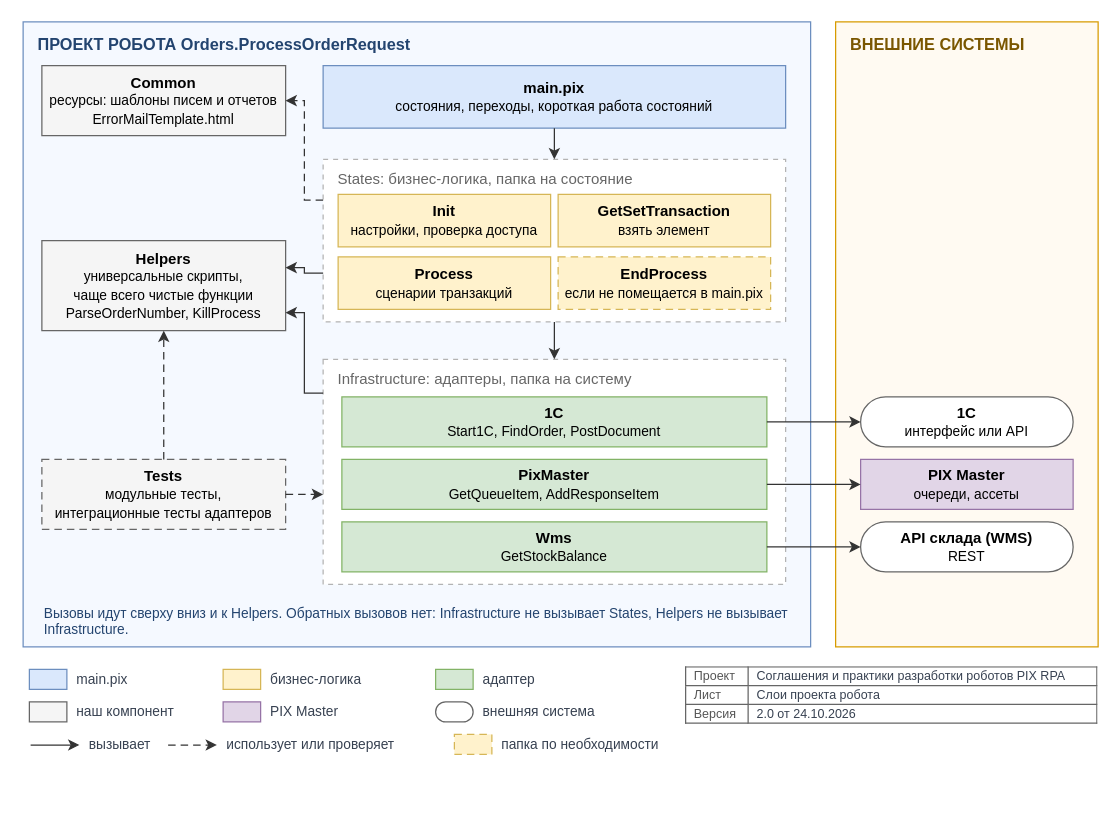
TheMrDJek/PixRpaDevelopmentConventions keeps this draw.io diagram as page "template / TEMPLATE-01-architecture" (3 of 6) of images/diagrams.drawio. Above is the earlier version. Source tidied: cells renumbered, new cells numbered last; positions are measured from the earlier drawing's top-left corner, leaving out a move shared by most shapes. Both pictures are drawn from the tidied source at 125%, with x=0, y=0 at pixel (22, 21).
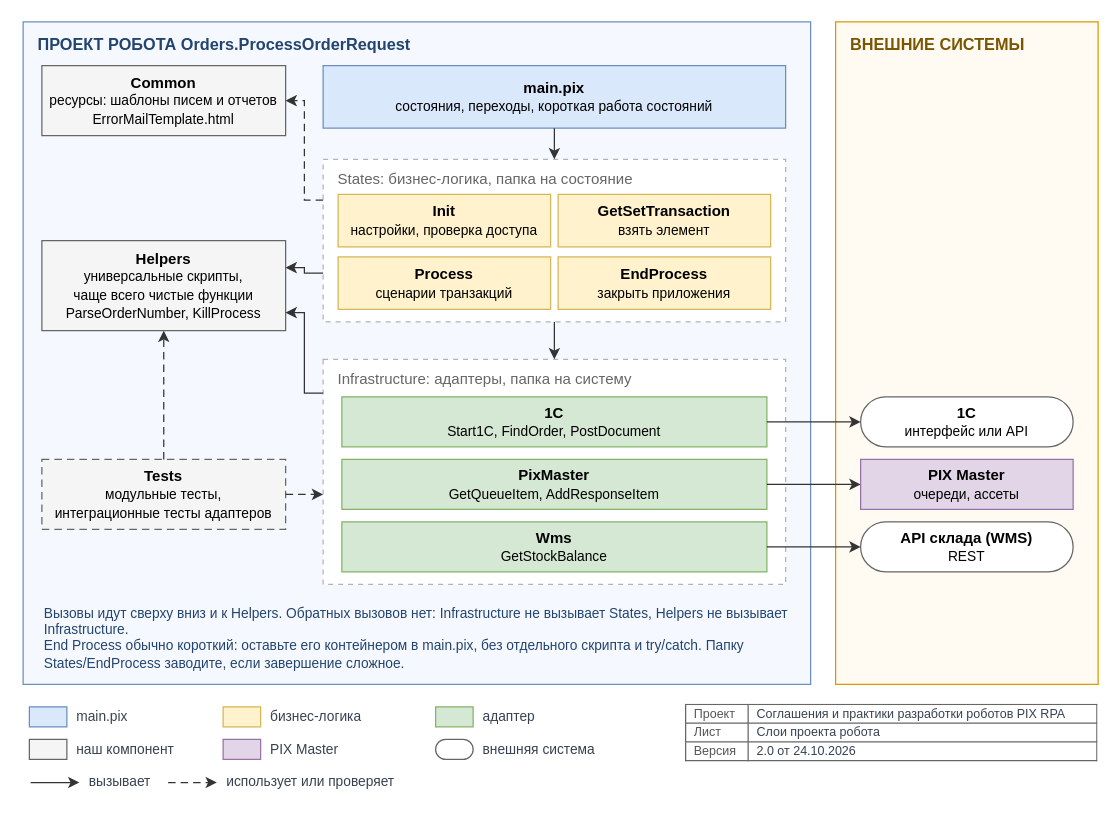
Above is the later version.

Commit message (it also covers changes not shown here):
docs: template.md, End Process четвертым состоянием на схеме слоев, контейнер в main.pix без try/catch

Diff of the diagram source:
```diff
@@
     <mxCell id="2" value="ПРОЕКТ РОБОТА Orders.ProcessOrderRequest" style="rounded=0;fillColor=#F5F9FF;strokeColor=#6C8EBF;strokeWidth=1;verticalAlign=top;align=left;spacingLeft=10;spacingTop=4;fontStyle=1;fontSize=13;fontColor=#23446F;whiteSpace=wrap;html=1;fontFamily=Helvetica;" parent="1" vertex="1">
-      <mxGeometry width="630" height="500" as="geometry" />
+      <mxGeometry width="630" height="530" as="geometry" />
     </mxCell>
     <mxCell id="3" value="ВНЕШНИЕ СИСТЕМЫ" style="rounded=0;fillColor=#FFFAF2;strokeColor=#D79B00;strokeWidth=1;verticalAlign=top;align=left;spacingLeft=10;spacingTop=4;fontStyle=1;fontSize=13;fontColor=#7A5600;whiteSpace=wrap;html=1;fontFamily=Helvetica;" parent="1" vertex="1">
-      <mxGeometry x="650" width="210" height="500" as="geometry" />
+      <mxGeometry x="650" width="210" height="530" as="geometry" />
     </mxCell>
@@
-    <mxCell id="9" value="&lt;b&gt;EndProcess&lt;/b&gt;&lt;br&gt;&lt;font style=&quot;font-size:11px&quot;&gt;если не помещается в main.pix&lt;/font&gt;" style="rounded=0;fillColor=#FFF2CC;strokeColor=#D6B656;strokeWidth=1;fontColor=#000000;fontSize=12;whiteSpace=wrap;html=1;fontFamily=Helvetica;dashed=1;dashPattern=6 4;" parent="1" vertex="1">
+    <mxCell id="9" value="&lt;b&gt;EndProcess&lt;/b&gt;&lt;br&gt;&lt;font style=&quot;font-size:11px&quot;&gt;закрыть приложения&lt;/font&gt;" style="rounded=0;fillColor=#FFF2CC;strokeColor=#D6B656;strokeWidth=1;fontColor=#000000;fontSize=12;whiteSpace=wrap;html=1;fontFamily=Helvetica;" parent="1" vertex="1">
       <mxGeometry x="428" y="188" width="170" height="42" as="geometry" />
     </mxCell>
@@
-    <mxCell id="30" value="Вызовы идут сверху вниз и к Helpers. Обратных вызовов нет: Infrastructure не вызывает States, Helpers не вызывает Infrastructure." style="text;strokeColor=none;fillColor=none;align=left;verticalAlign=top;fontSize=11;fontColor=#23446F;whiteSpace=wrap;html=1;fontFamily=Helvetica;" parent="1" vertex="1">
-      <mxGeometry x="15" y="460" width="600" height="34" as="geometry" />
+    <mxCell id="30" value="Вызовы идут сверху вниз и к Helpers. Обратных вызовов нет: Infrastructure не вызывает States, Helpers не вызывает Infrastructure.&lt;br&gt;End Process обычно короткий: оставьте его контейнером в main.pix, без отдельного скрипта и try/catch. Папку States/EndProcess заводите, если завершение сложное." style="text;strokeColor=none;fillColor=none;align=left;verticalAlign=top;fontSize=11;fontColor=#23446F;whiteSpace=wrap;html=1;fontFamily=Helvetica;" parent="1" vertex="1">
+      <mxGeometry x="15" y="460" width="600" height="64" as="geometry" />
     </mxCell>
     <mxCell id="31" style="rounded=0;fillColor=#DAE8FC;strokeColor=#6C8EBF;strokeWidth=1;fontColor=#000000;fontSize=12;whiteSpace=wrap;html=1;fontFamily=Helvetica;" parent="1" vertex="1">
-      <mxGeometry x="5" y="518" width="30" height="16" as="geometry" />
+      <mxGeometry x="5" y="548" width="30" height="16" as="geometry" />
     </mxCell>
     <mxCell id="32" value="main.pix" style="text;strokeColor=none;fillColor=none;align=left;verticalAlign=middle;fontSize=12;fontColor=#374151;whiteSpace=wrap;html=1;fontFamily=Helvetica;fontSize=11;" parent="1" vertex="1">
-      <mxGeometry x="41" y="516" width="66" height="20" as="geometry" />
+      <mxGeometry x="41" y="546" width="66" height="20" as="geometry" />
     </mxCell>
     <mxCell id="33" style="rounded=0;fillColor=#FFF2CC;strokeColor=#D6B656;strokeWidth=1;fontColor=#000000;fontSize=12;whiteSpace=wrap;html=1;fontFamily=Helvetica;" parent="1" vertex="1">
-      <mxGeometry x="160" y="518" width="30" height="16" as="geometry" />
+      <mxGeometry x="160" y="548" width="30" height="16" as="geometry" />
     </mxCell>
     <mxCell id="34" value="бизнес-логика" style="text;strokeColor=none;fillColor=none;align=left;verticalAlign=middle;fontSize=12;fontColor=#374151;whiteSpace=wrap;html=1;fontFamily=Helvetica;fontSize=11;" parent="1" vertex="1">
-      <mxGeometry x="196" y="516" width="101" height="20" as="geometry" />
+      <mxGeometry x="196" y="546" width="101" height="20" as="geometry" />
     </mxCell>
     <mxCell id="35" style="rounded=0;fillColor=#D5E8D4;strokeColor=#82B366;strokeWidth=1;fontColor=#000000;fontSize=12;whiteSpace=wrap;html=1;fontFamily=Helvetica;" parent="1" vertex="1">
-      <mxGeometry x="330" y="518" width="30" height="16" as="geometry" />
+      <mxGeometry x="330" y="548" width="30" height="16" as="geometry" />
     </mxCell>
     <mxCell id="36" value="адаптер" style="text;strokeColor=none;fillColor=none;align=left;verticalAlign=middle;fontSize=12;fontColor=#374151;whiteSpace=wrap;html=1;fontFamily=Helvetica;fontSize=11;" parent="1" vertex="1">
-      <mxGeometry x="366" y="516" width="59" height="20" as="geometry" />
+      <mxGeometry x="366" y="546" width="59" height="20" as="geometry" />
     </mxCell>
     <mxCell id="37" style="rounded=0;fillColor=#F5F5F5;strokeColor=#666666;strokeWidth=1;fontColor=#000000;fontSize=12;whiteSpace=wrap;html=1;fontFamily=Helvetica;" parent="1" vertex="1">
-      <mxGeometry x="5" y="544" width="30" height="16" as="geometry" />
+      <mxGeometry x="5" y="574" width="30" height="16" as="geometry" />
     </mxCell>
     <mxCell id="38" value="наш компонент" style="text;strokeColor=none;fillColor=none;align=left;verticalAlign=middle;fontSize=12;fontColor=#374151;whiteSpace=wrap;html=1;fontFamily=Helvetica;fontSize=11;" parent="1" vertex="1">
-      <mxGeometry x="41" y="542" width="101" height="20" as="geometry" />
+      <mxGeometry x="41" y="572" width="101" height="20" as="geometry" />
     </mxCell>
     <mxCell id="39" style="rounded=0;fillColor=#E1D5E7;strokeColor=#9673A6;strokeWidth=1;fontColor=#000000;fontSize=12;whiteSpace=wrap;html=1;fontFamily=Helvetica;" parent="1" vertex="1">
-      <mxGeometry x="160" y="544" width="30" height="16" as="geometry" />
+      <mxGeometry x="160" y="574" width="30" height="16" as="geometry" />
     </mxCell>
     <mxCell id="40" value="PIX Master" style="text;strokeColor=none;fillColor=none;align=left;verticalAlign=middle;fontSize=12;fontColor=#374151;whiteSpace=wrap;html=1;fontFamily=Helvetica;fontSize=11;" parent="1" vertex="1">
-      <mxGeometry x="196" y="542" width="80" height="20" as="geometry" />
+      <mxGeometry x="196" y="572" width="80" height="20" as="geometry" />
     </mxCell>
     <mxCell id="41" style="rounded=0;fillColor=#FFFFFF;strokeColor=#666666;strokeWidth=1;fontColor=#000000;fontSize=12;whiteSpace=wrap;html=1;fontFamily=Helvetica;rounded=1;arcSize=50;" parent="1" vertex="1">
-      <mxGeometry x="330" y="544" width="30" height="16" as="geometry" />
+      <mxGeometry x="330" y="574" width="30" height="16" as="geometry" />
     </mxCell>
     <mxCell id="42" value="внешняя система" style="text;strokeColor=none;fillColor=none;align=left;verticalAlign=middle;fontSize=12;fontColor=#374151;whiteSpace=wrap;html=1;fontFamily=Helvetica;fontSize=11;" parent="1" vertex="1">
-      <mxGeometry x="366" y="542" width="115" height="20" as="geometry" />
+      <mxGeometry x="366" y="572" width="115" height="20" as="geometry" />
     </mxCell>
     <mxCell id="43" style="text;strokeColor=none;fillColor=none;align=left;verticalAlign=middle;fontSize=12;fontColor=#374151;whiteSpace=wrap;html=1;fontFamily=Helvetica;opacity=0;" parent="1" vertex="1">
-      <mxGeometry x="5" y="578" width="1" height="1" as="geometry" />
+      <mxGeometry x="5" y="608" width="1" height="1" as="geometry" />
     </mxCell>
     <mxCell id="44" style="text;strokeColor=none;fillColor=none;align=left;verticalAlign=middle;fontSize=12;fontColor=#374151;whiteSpace=wrap;html=1;fontFamily=Helvetica;opacity=0;" parent="1" vertex="1">
-      <mxGeometry x="45" y="578" width="1" height="1" as="geometry" />
+      <mxGeometry x="45" y="608" width="1" height="1" as="geometry" />
     </mxCell>
@@
     <mxCell id="46" value="вызывает" style="text;strokeColor=none;fillColor=none;align=left;verticalAlign=middle;fontSize=12;fontColor=#374151;whiteSpace=wrap;html=1;fontFamily=Helvetica;fontSize=11;" parent="1" vertex="1">
-      <mxGeometry x="51" y="568" width="66" height="20" as="geometry" />
+      <mxGeometry x="51" y="598" width="66" height="20" as="geometry" />
     </mxCell>
     <mxCell id="47" style="text;strokeColor=none;fillColor=none;align=left;verticalAlign=middle;fontSize=12;fontColor=#374151;whiteSpace=wrap;html=1;fontFamily=Helvetica;opacity=0;" parent="1" vertex="1">
-      <mxGeometry x="115" y="578" width="1" height="1" as="geometry" />
+      <mxGeometry x="115" y="608" width="1" height="1" as="geometry" />
     </mxCell>
     <mxCell id="48" style="text;strokeColor=none;fillColor=none;align=left;verticalAlign=middle;fontSize=12;fontColor=#374151;whiteSpace=wrap;html=1;fontFamily=Helvetica;opacity=0;" parent="1" vertex="1">
-      <mxGeometry x="155" y="578" width="1" height="1" as="geometry" />
+      <mxGeometry x="155" y="608" width="1" height="1" as="geometry" />
     </mxCell>
@@
     <mxCell id="50" value="использует или проверяет" style="text;strokeColor=none;fillColor=none;align=left;verticalAlign=middle;fontSize=12;fontColor=#374151;whiteSpace=wrap;html=1;fontFamily=Helvetica;fontSize=11;" parent="1" vertex="1">
-      <mxGeometry x="161" y="568" width="178" height="20" as="geometry" />
+      <mxGeometry x="161" y="598" width="178" height="20" as="geometry" />
     </mxCell>
-    <mxCell id="51" style="rounded=0;fillColor=#FFF2CC;strokeColor=#D6B656;strokeWidth=1;fontColor=#000000;fontSize=12;whiteSpace=wrap;html=1;fontFamily=Helvetica;dashed=1;dashPattern=6 4;" parent="1" vertex="1">
-      <mxGeometry x="345" y="570" width="30" height="16" as="geometry" />
+    <mxCell id="51" value="&lt;table style=&quot;border-collapse:collapse;width:100%;font-size:10px&quot;&gt;&lt;tr&gt;&lt;td style=&quot;border:1px solid #666;padding:1px 6px;color:#555&quot;&gt;Проект&lt;/td&gt;&lt;td style=&quot;border:1px solid #666;padding:1px 6px&quot;&gt;Соглашения и практики разработки роботов PIX RPA&lt;/td&gt;&lt;/tr&gt;&lt;tr&gt;&lt;td style=&quot;border:1px solid #666;padding:1px 6px;color:#555&quot;&gt;Лист&lt;/td&gt;&lt;td style=&quot;border:1px solid #666;padding:1px 6px&quot;&gt;Слои проекта робота&lt;/td&gt;&lt;/tr&gt;&lt;tr&gt;&lt;td style=&quot;border:1px solid #666;padding:1px 6px;color:#555&quot;&gt;Версия&lt;/td&gt;&lt;td style=&quot;border:1px solid #666;padding:1px 6px&quot;&gt;2.0 от 24.10.2026&lt;/td&gt;&lt;/tr&gt;&lt;/table&gt;" style="text;strokeColor=none;fillColor=none;align=left;verticalAlign=middle;fontSize=12;fontColor=#374151;whiteSpace=wrap;html=1;fontFamily=Helvetica;verticalAlign=top;overflow=fill;" parent="1" vertex="1">
+      <mxGeometry x="530" y="546" width="330" height="54" as="geometry" />
     </mxCell>
-    <mxCell id="52" value="папка по необходимости" style="text;strokeColor=none;fillColor=none;align=left;verticalAlign=middle;fontSize=12;fontColor=#374151;whiteSpace=wrap;html=1;fontFamily=Helvetica;fontSize=11;" parent="1" vertex="1">
-      <mxGeometry x="381" y="568" width="164" height="20" as="geometry" />
-    </mxCell>
-    <mxCell id="53" value="&lt;table style=&quot;border-collapse:collapse;width:100%;font-size:10px&quot;&gt;&lt;tr&gt;&lt;td style=&quot;border:1px solid #666;padding:1px 6px;color:#555&quot;&gt;Проект&lt;/td&gt;&lt;td style=&quot;border:1px solid #666;padding:1px 6px&quot;&gt;Соглашения и практики разработки роботов PIX RPA&lt;/td&gt;&lt;/tr&gt;&lt;tr&gt;&lt;td style=&quot;border:1px solid #666;padding:1px 6px;color:#555&quot;&gt;Лист&lt;/td&gt;&lt;td style=&quot;border:1px solid #666;padding:1px 6px&quot;&gt;Слои проекта робота&lt;/td&gt;&lt;/tr&gt;&lt;tr&gt;&lt;td style=&quot;border:1px solid #666;padding:1px 6px;color:#555&quot;&gt;Версия&lt;/td&gt;&lt;td style=&quot;border:1px solid #666;padding:1px 6px&quot;&gt;2.0 от 24.10.2026&lt;/td&gt;&lt;/tr&gt;&lt;/table&gt;" style="text;strokeColor=none;fillColor=none;align=left;verticalAlign=middle;fontSize=12;fontColor=#374151;whiteSpace=wrap;html=1;fontFamily=Helvetica;verticalAlign=top;overflow=fill;" parent="1" vertex="1">
-      <mxGeometry x="530" y="516" width="330" height="54" as="geometry" />
-    </mxCell>
```
